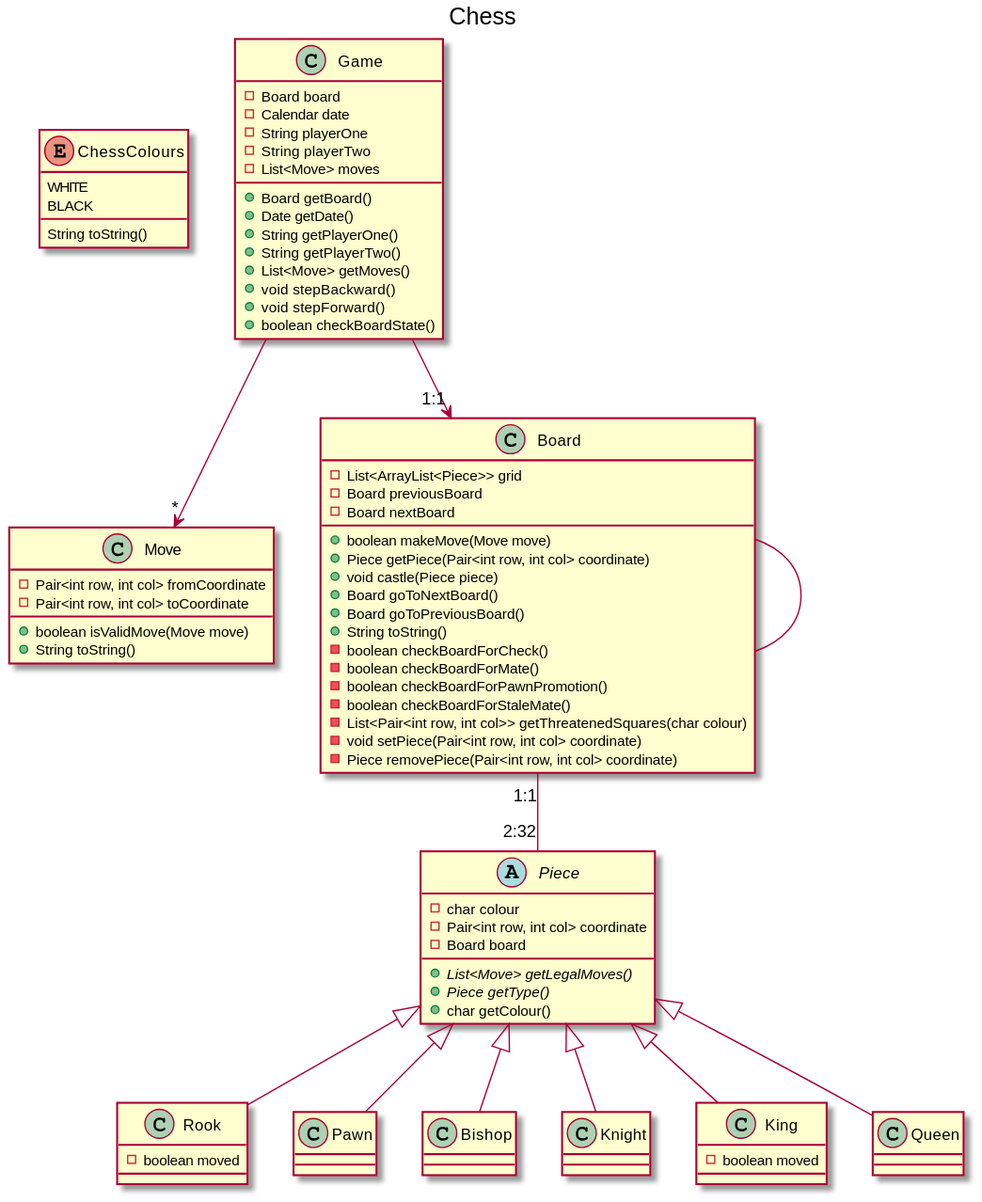
Before: out/Project UML/Chess.svg, a diagram exported from PlantUML (thorsjur/tdt4100-project). Its diagram source:
```plantuml
@startuml Chess
title Chess


enum ChessColours {
    WHITE
    BLACK
    String toString()
}

class Move {
    -Pair<int row, int col> fromCoordinate
    -Pair<int row, int col> toCoordinate
    +boolean isValidMove(Move move)
    +String toString()

}

class Board {
    -List<ArrayList<Piece>> grid
    -Board previousBoard
    -Board nextBoard
    +boolean makeMove(Move move)
    +Piece getPiece(Pair<int row, int col> coordinate)
    +void castle(Piece piece)
    +Board goToNextBoard()
    +Board goToPreviousBoard()
    +String toString()
    -boolean checkBoardForCheck()
    -boolean checkBoardForMate()
    -boolean checkBoardForPawnPromotion()
    -boolean checkBoardForStaleMate()
    -List<Pair<int row, int col>> getThreatenedSquares(char colour)
    -void setPiece(Pair<int row, int col> coordinate)
    -Piece removePiece(Pair<int row, int col> coordinate)


}

class Game {
    -Board board
    -Calendar date
    -String playerOne
    -String playerTwo
    -List<Move> moves
    +Board getBoard()
    +Date getDate()
    +String getPlayerOne()
    +String getPlayerTwo()
    +List<Move> getMoves()
    +void stepBackward()
    +void stepForward()
    +boolean checkBoardState()

}

abstract class Piece {
    -char colour
    -Pair<int row, int col> coordinate
    -Board board
    + {abstract} List<Move> getLegalMoves()
    + {abstract} Piece getType()
    +char getColour()

}

class Rook extends Piece {
    -boolean moved
}

class Pawn extends Piece {

}

class Bishop extends Piece {

}

class Knight extends Piece {

}

class King extends Piece {
    -boolean moved
}

class Queen extends Piece {

}

Game --> "*" Move
Game --> "1:1" Board
Board "1:1"  -- "2:32" Piece
Board -- Board



@enduml
```
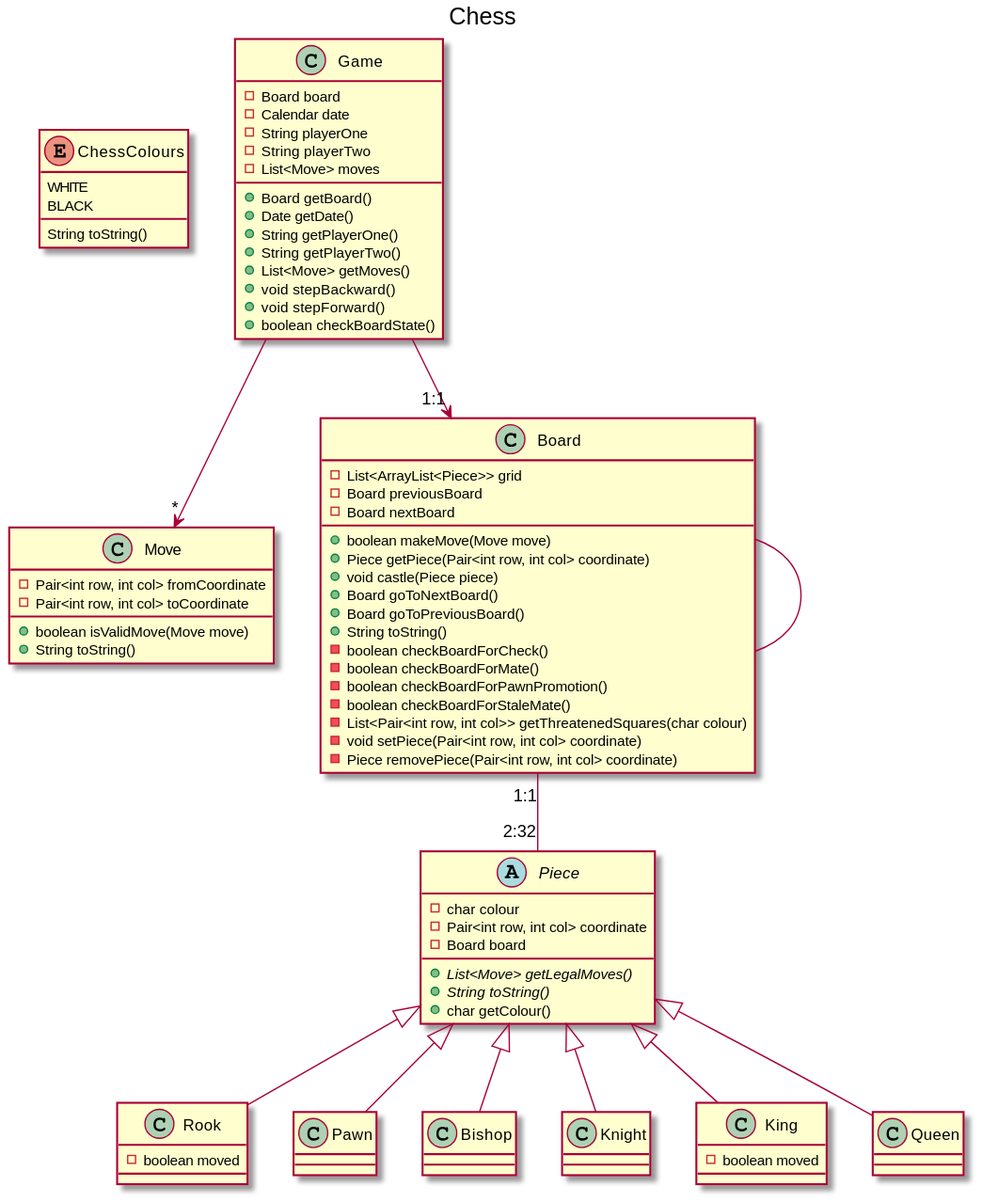
The same file after the commit.

The edit, as a diff of the source:
```diff
@@ -59,7 +59,7 @@
     -Pair<int row, int col> coordinate
     -Board board
     + {abstract} List<Move> getLegalMoves()
-    + {abstract} Piece getType()
+    + {abstract} String toString()
     +char getColour()
 
 }
```
